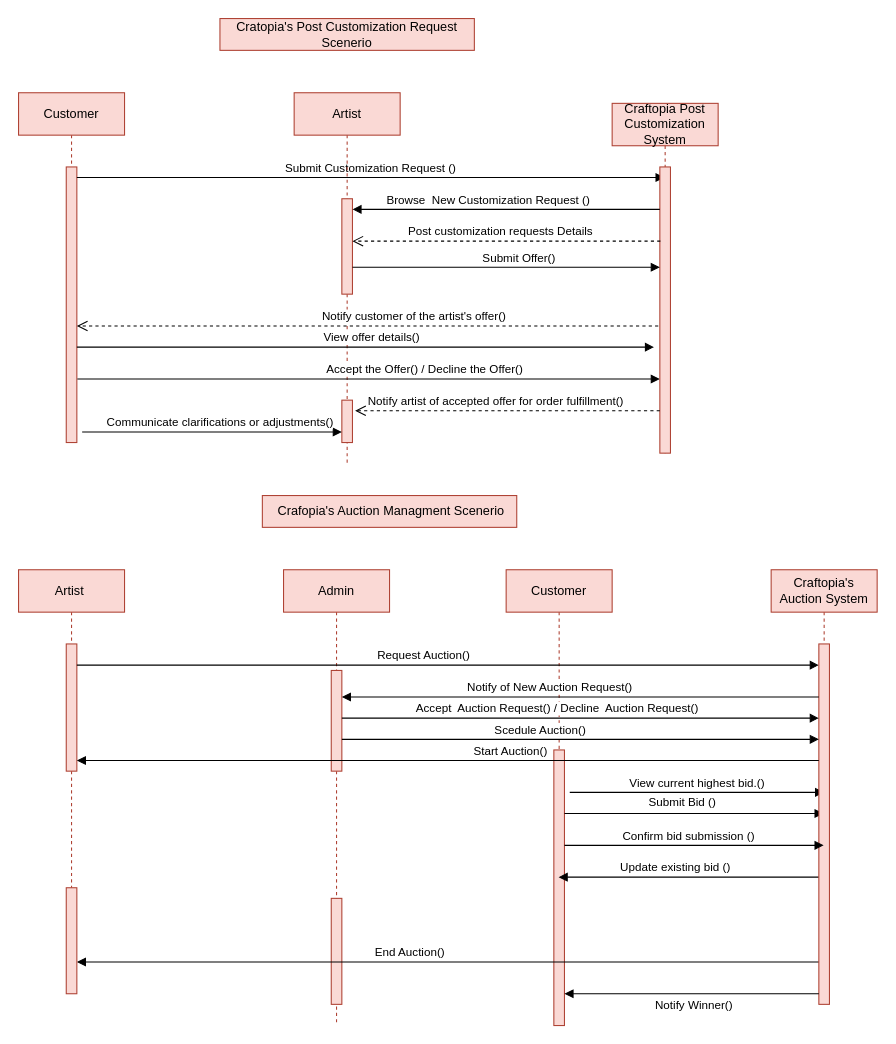
Before: Sequence Diagram/Sequence  Diagram 1.drawio in alibedair/Graduation-Project, a draw.io diagram. Source tidied: cells renumbered, new cells numbered last; positions are measured from the earlier drawing's top-left corner, leaving out a move shared by most shapes. Both pictures are drawn from the tidied source at 106%, with x=0, y=0 at pixel (18, 18).
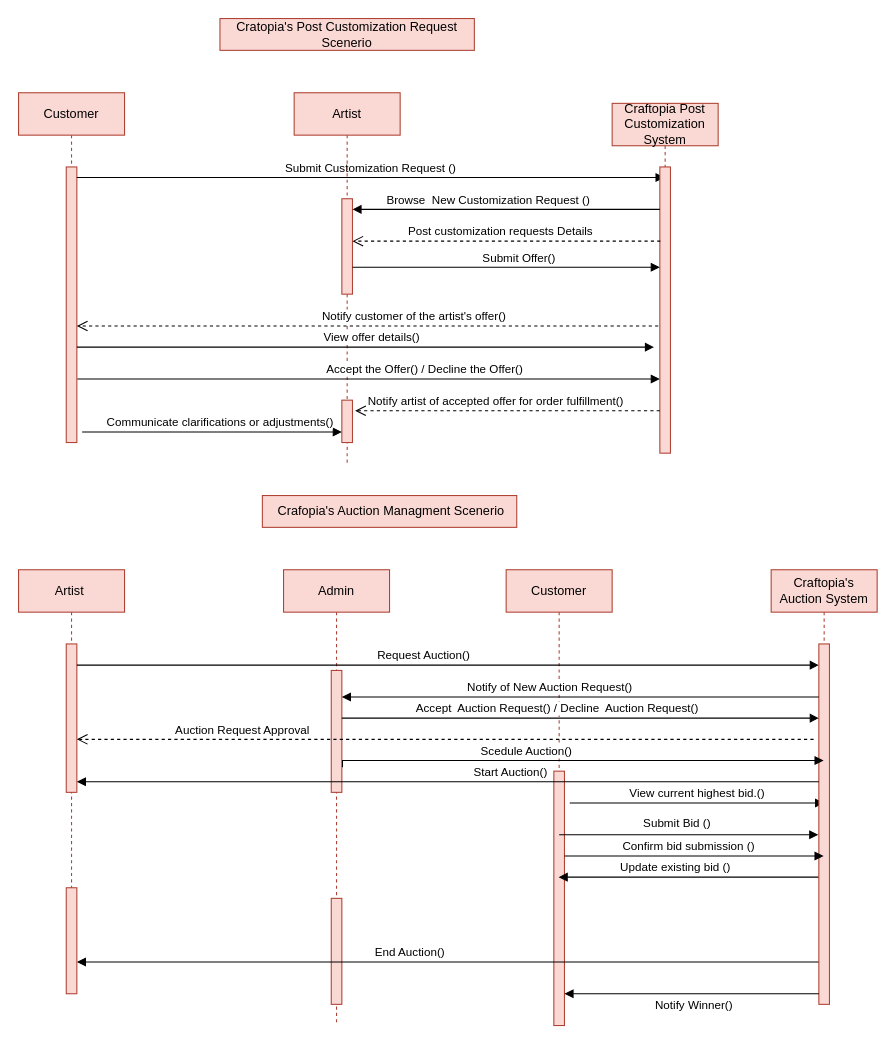
Above is the later version.

The change refers to these unchanged cells:
```xml
<mxCell id="13" value="Artist&amp;nbsp;" style="shape=umlLifeline;perimeter=lifelinePerimeter;whiteSpace=wrap;html=1;newEdgeStyle={&quot;edgeStyle&quot;:&quot;elbowEdgeStyle&quot;,&quot;elbow&quot;:&quot;vertical&quot;,&quot;curved&quot;:0,&quot;rounded&quot;:0};fillColor=#fad9d5;strokeColor=#ae4132;" parent="1" vertex="1">
  <mxGeometry y="520" width="100" height="300" as="geometry" />
</mxCell>
<mxCell id="16" value="Admin" style="shape=umlLifeline;perimeter=lifelinePerimeter;whiteSpace=wrap;html=1;newEdgeStyle={&quot;edgeStyle&quot;:&quot;elbowEdgeStyle&quot;,&quot;elbow&quot;:&quot;vertical&quot;,&quot;curved&quot;:0,&quot;rounded&quot;:0};fillColor=#fad9d5;strokeColor=#ae4132;" parent="1" vertex="1">
  <mxGeometry x="250" y="520" width="100" height="430" as="geometry" />
</mxCell>
<mxCell id="18" value="Customer" style="shape=umlLifeline;perimeter=lifelinePerimeter;whiteSpace=wrap;html=1;outlineConnect=0;portConstraint=eastwest;newEdgeStyle={&quot;edgeStyle&quot;:&quot;elbowEdgeStyle&quot;,&quot;elbow&quot;:&quot;vertical&quot;,&quot;curved&quot;:0,&quot;rounded&quot;:0};fillColor=#fad9d5;strokeColor=#ae4132;" parent="1" vertex="1">
  <mxGeometry x="460" y="520" width="100" height="430" as="geometry" />
</mxCell>
<mxCell id="32" value="Craftopia's Auction System" style="shape=umlLifeline;perimeter=lifelinePerimeter;whiteSpace=wrap;html=1;outlineConnect=0;portConstraint=eastwest;newEdgeStyle={&quot;edgeStyle&quot;:&quot;elbowEdgeStyle&quot;,&quot;elbow&quot;:&quot;vertical&quot;,&quot;curved&quot;:0,&quot;rounded&quot;:0};fillColor=#fad9d5;strokeColor=#ae4132;" parent="1" vertex="1">
  <mxGeometry x="710" y="520" width="100" height="410" as="geometry" />
</mxCell>
<mxCell id="33" style="html=1;points=[];perimeter=orthogonalPerimeter;outlineConnect=0;targetShapes=umlLifeline;portConstraint=eastwest;newEdgeStyle={&quot;edgeStyle&quot;:&quot;elbowEdgeStyle&quot;,&quot;elbow&quot;:&quot;vertical&quot;,&quot;curved&quot;:0,&quot;rounded&quot;:0};fillColor=#fad9d5;strokeColor=#ae4132;" parent="32" vertex="1">
  <mxGeometry x="45" y="70" width="10" height="340" as="geometry" />
</mxCell>
```

The edit, as a diff of the source:
```diff
@@
     <mxCell id="14" style="html=1;points=[];perimeter=orthogonalPerimeter;outlineConnect=0;targetShapes=umlLifeline;portConstraint=eastwest;newEdgeStyle={&quot;edgeStyle&quot;:&quot;elbowEdgeStyle&quot;,&quot;elbow&quot;:&quot;vertical&quot;,&quot;curved&quot;:0,&quot;rounded&quot;:0};fillColor=#fad9d5;strokeColor=#ae4132;" parent="13" vertex="1">
-      <mxGeometry x="45" y="70" width="10" height="120" as="geometry" />
+      <mxGeometry x="45" y="70" width="10" height="140" as="geometry" />
     </mxCell>
@@
     <mxCell id="17" style="html=1;points=[];perimeter=orthogonalPerimeter;outlineConnect=0;targetShapes=umlLifeline;portConstraint=eastwest;newEdgeStyle={&quot;edgeStyle&quot;:&quot;elbowEdgeStyle&quot;,&quot;elbow&quot;:&quot;vertical&quot;,&quot;curved&quot;:0,&quot;rounded&quot;:0};fillColor=#fad9d5;strokeColor=#ae4132;" parent="16" vertex="1">
-      <mxGeometry x="45" y="95" width="10" height="95" as="geometry" />
+      <mxGeometry x="45" y="95" width="10" height="115" as="geometry" />
     </mxCell>
@@
     <mxCell id="19" style="html=1;points=[];perimeter=orthogonalPerimeter;outlineConnect=0;targetShapes=umlLifeline;portConstraint=eastwest;newEdgeStyle={&quot;edgeStyle&quot;:&quot;elbowEdgeStyle&quot;,&quot;elbow&quot;:&quot;vertical&quot;,&quot;curved&quot;:0,&quot;rounded&quot;:0};fillColor=#fad9d5;strokeColor=#ae4132;" parent="18" vertex="1">
-      <mxGeometry x="45" y="170" width="10" height="260" as="geometry" />
+      <mxGeometry x="45" y="190" width="10" height="240" as="geometry" />
     </mxCell>
@@
     <mxCell id="21" value="View current highest bid.()" style="html=1;verticalAlign=bottom;endArrow=block;edgeStyle=elbowEdgeStyle;elbow=vertical;curved=0;rounded=0;" parent="1" edge="1">
       <mxGeometry relative="1" as="geometry">
-        <mxPoint x="520" y="730" as="sourcePoint" />
-        <mxPoint x="760" y="730" as="targetPoint" />
+        <mxPoint x="520" y="740" as="sourcePoint" />
+        <mxPoint x="760" y="740" as="targetPoint" />
         <Array as="points">
-          <mxPoint x="660.5" y="730" />
-          <mxPoint x="656" y="740" />
+          <mxPoint x="660.5" y="740" />
+          <mxPoint x="656" y="750" />
         </Array>
       </mxGeometry>
     </mxCell>
-    <mxCell id="22" value="Submit Bid ()" style="html=1;verticalAlign=bottom;endArrow=block;edgeStyle=elbowEdgeStyle;elbow=vertical;curved=0;rounded=0;" parent="1" edge="1" source="19">
+    <mxCell id="22" value="Submit Bid ()" style="html=1;verticalAlign=bottom;endArrow=block;edgeStyle=elbowEdgeStyle;elbow=vertical;curved=0;rounded=0;" parent="1" edge="1">
       <mxGeometry x="-0.1" y="3" relative="1" as="geometry">
-        <mxPoint x="759.5" y="750" as="targetPoint" />
+        <mxPoint x="510" y="770" as="sourcePoint" />
+        <mxPoint x="754.5" y="770" as="targetPoint" />
         <mxPoint x="1" y="1" as="offset" />
       </mxGeometry>
     </mxCell>
-    <mxCell id="23" value="Update existing bid ()&amp;nbsp;" style="html=1;verticalAlign=bottom;endArrow=block;edgeStyle=elbowEdgeStyle;elbow=vertical;curved=0;rounded=0;" parent="1" edge="1" source="33" target="18">
+    <mxCell id="23" value="Update existing bid ()&amp;nbsp;" style="html=1;verticalAlign=bottom;endArrow=block;edgeStyle=elbowEdgeStyle;elbow=vertical;curved=0;rounded=0;" parent="1" edge="1">
       <mxGeometry x="0.1" relative="1" as="geometry">
+        <mxPoint x="755" y="810" as="sourcePoint" />
+        <mxPoint x="509.5" y="810" as="targetPoint" />
         <Array as="points">
           <mxPoint x="680" y="810" />
           <mxPoint x="690" y="800" />
         </Array>
         <mxPoint x="1" as="offset" />
       </mxGeometry>
     </mxCell>
@@
-    <mxCell id="35" value="Scedule Auction()" style="html=1;verticalAlign=bottom;endArrow=block;edgeStyle=elbowEdgeStyle;elbow=vertical;curved=0;rounded=0;" parent="1" edge="1" target="33">
-      <mxGeometry x="-0.17" relative="1" as="geometry">
-        <mxPoint x="305" y="680" as="sourcePoint" />
+    <mxCell id="35" value="Scedule Auction()" style="html=1;verticalAlign=bottom;endArrow=block;edgeStyle=elbowEdgeStyle;elbow=vertical;curved=0;rounded=0;exitX=1.06;exitY=0.795;exitDx=0;exitDy=0;exitPerimeter=0;" parent="1" edge="1" source="17" target="32">
+      <mxGeometry x="-0.22" relative="1" as="geometry">
         <Array as="points">
-          <mxPoint x="760" y="680" />
-          <mxPoint x="625.3" y="690" />
+          <mxPoint x="300" y="700" />
         </Array>
       </mxGeometry>
     </mxCell>
-    <mxCell id="36" value="Confirm bid submission ()" style="html=1;verticalAlign=bottom;endArrow=block;edgeStyle=elbowEdgeStyle;elbow=vertical;curved=0;rounded=0;" parent="1" edge="1" source="19">
+    <mxCell id="36" value="Confirm bid submission ()" style="html=1;verticalAlign=bottom;endArrow=block;edgeStyle=elbowEdgeStyle;elbow=vertical;curved=0;rounded=0;" parent="1" edge="1">
       <mxGeometry x="-0.04" relative="1" as="geometry">
-        <mxPoint x="759.5" y="780" as="targetPoint" />
+        <mxPoint x="515" y="790" as="sourcePoint" />
+        <mxPoint x="759.5" y="790" as="targetPoint" />
         <Array as="points">
-          <mxPoint x="680" y="780" />
-          <mxPoint x="690" y="770" />
+          <mxPoint x="680" y="790" />
+          <mxPoint x="690" y="780" />
         </Array>
       </mxGeometry>
     </mxCell>
@@
-    <mxCell id="38" value="Start Auction()" style="html=1;verticalAlign=bottom;endArrow=block;edgeStyle=elbowEdgeStyle;elbow=vertical;curved=0;rounded=0;" parent="1" edge="1" source="33" target="14">
+    <mxCell id="38" value="Start Auction()" style="html=1;verticalAlign=bottom;endArrow=block;edgeStyle=elbowEdgeStyle;elbow=vertical;curved=0;rounded=0;" parent="1" edge="1">
       <mxGeometry x="-0.17" relative="1" as="geometry">
+        <mxPoint x="755" y="720" as="sourcePoint" />
+        <mxPoint x="55" y="720" as="targetPoint" />
         <Array as="points">
-          <mxPoint x="625.3" y="700" />
-          <mxPoint x="540" y="700" />
+          <mxPoint x="625.3" y="720" />
+          <mxPoint x="540" y="720" />
         </Array>
       </mxGeometry>
     </mxCell>
@@
+    <mxCell id="41" value="Auction Request Approval" style="html=1;verticalAlign=bottom;endArrow=open;dashed=1;endSize=8;edgeStyle=elbowEdgeStyle;elbow=horizontal;curved=0;rounded=0;" parent="1" edge="1" target="14">
+      <mxGeometry x="0.55" relative="1" as="geometry">
+        <mxPoint x="750" y="680" as="sourcePoint" />
+        <Array as="points">
+          <mxPoint x="410" y="680" />
+        </Array>
+      </mxGeometry>
+    </mxCell>
```
